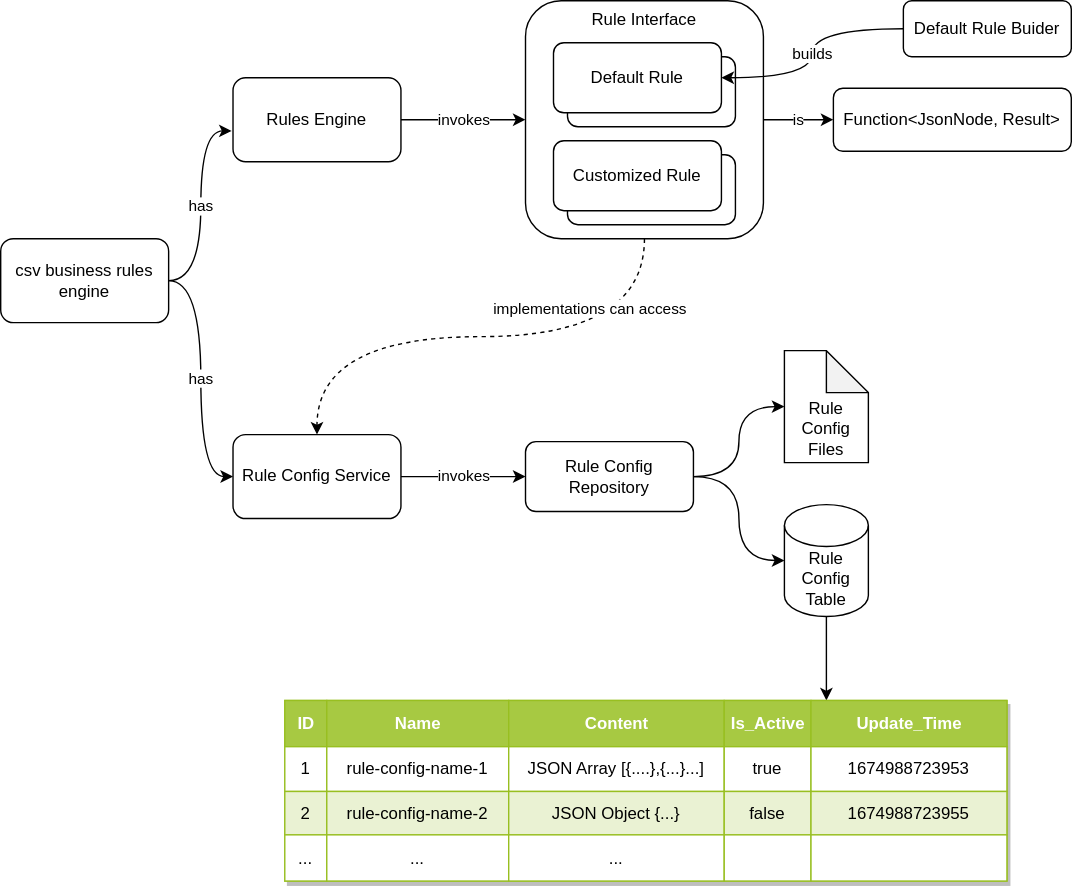
Before: csv-business-rules-engine.drawio.svg, a diagram exported from draw.io (colinzhu/business-rule-engine). Source tidied: cells renumbered, new cells last; positions are measured from the earlier drawing's top-left corner, leaving out a move shared by most shapes.
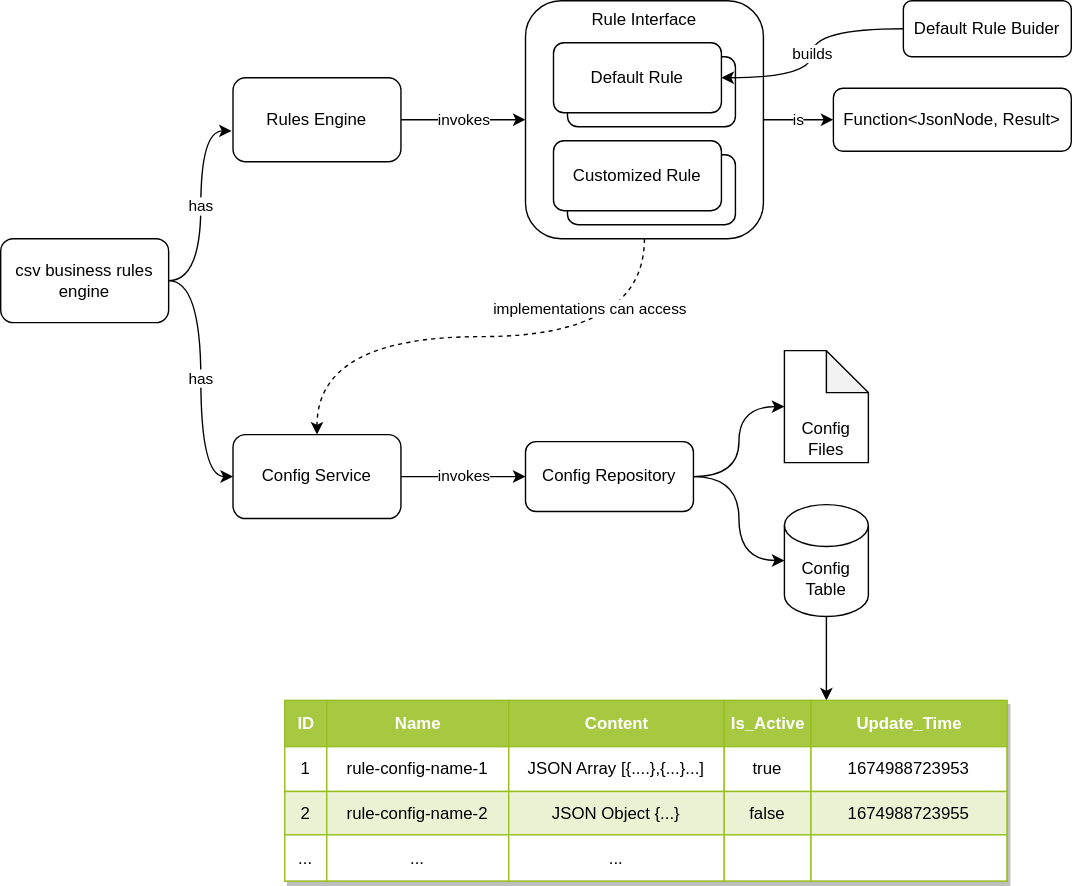
Above is the later version.

Diff of the diagram source:
```diff
@@ -20,7 +20,7 @@
     <mxCell id="7" style="edgeStyle=orthogonalEdgeStyle;curved=1;rounded=0;jettySize=auto;html=1;entryX=0.75;entryY=0;entryDx=0;entryDy=0;" parent="1" edge="1" source="8" target="16">
       <mxGeometry relative="1" as="geometry" />
     </mxCell>
-    <mxCell id="8" value="Rule Config Table" style="shape=cylinder3;whiteSpace=wrap;html=1;boundedLbl=1;backgroundOutline=1;size=15;" parent="1" vertex="1">
+    <mxCell id="8" value="Config Table" style="shape=cylinder3;whiteSpace=wrap;html=1;boundedLbl=1;backgroundOutline=1;size=15;" parent="1" vertex="1">
       <mxGeometry x="560" y="360" width="60" height="80" as="geometry" />
     </mxCell>
     <mxCell id="9" style="edgeStyle=orthogonalEdgeStyle;curved=1;rounded=0;jettySize=auto;html=1;entryX=0;entryY=0.5;entryDx=0;entryDy=0;entryPerimeter=0;exitX=1;exitY=0.5;exitDx=0;exitDy=0;" parent="1" edge="1" source="51" target="13">
@@ -32,10 +32,10 @@
     <mxCell id="11" value="invokes" style="edgeStyle=orthogonalEdgeStyle;rounded=0;jettySize=auto;html=1;entryX=0;entryY=0.5;entryDx=0;entryDy=0;" parent="1" edge="1" source="12" target="51">
       <mxGeometry relative="1" as="geometry" />
     </mxCell>
-    <mxCell id="12" value="Rule Config Service" style="rounded=1;whiteSpace=wrap;html=1;" parent="1" vertex="1">
+    <mxCell id="12" value="Config Service" style="rounded=1;whiteSpace=wrap;html=1;" parent="1" vertex="1">
       <mxGeometry x="166" y="310" width="120" height="60" as="geometry" />
     </mxCell>
-    <mxCell id="13" value="Rule Config Files" style="shape=note;whiteSpace=wrap;html=1;backgroundOutline=1;darkOpacity=0.05;verticalAlign=bottom;" parent="1" vertex="1">
+    <mxCell id="13" value="Config Files" style="shape=note;whiteSpace=wrap;html=1;backgroundOutline=1;darkOpacity=0.05;verticalAlign=bottom;" parent="1" vertex="1">
       <mxGeometry x="560" y="250" width="60" height="80" as="geometry" />
     </mxCell>
     <mxCell id="14" value="Default Rule Buider" style="rounded=1;whiteSpace=wrap;html=1;" parent="1" vertex="1">
@@ -149,7 +149,7 @@
     <mxCell id="50" value="Function&amp;lt;JsonNode, Result&amp;gt;" style="rounded=1;whiteSpace=wrap;html=1;" parent="1" vertex="1">
       <mxGeometry x="595" y="62.5" width="170" height="45" as="geometry" />
     </mxCell>
-    <mxCell id="51" value="Rule Config Repository" style="rounded=1;whiteSpace=wrap;html=1;" parent="1" vertex="1">
+    <mxCell id="51" value="Config Repository" style="rounded=1;whiteSpace=wrap;html=1;" parent="1" vertex="1">
       <mxGeometry x="375" y="315" width="120" height="50" as="geometry" />
     </mxCell>
   </root>
```
